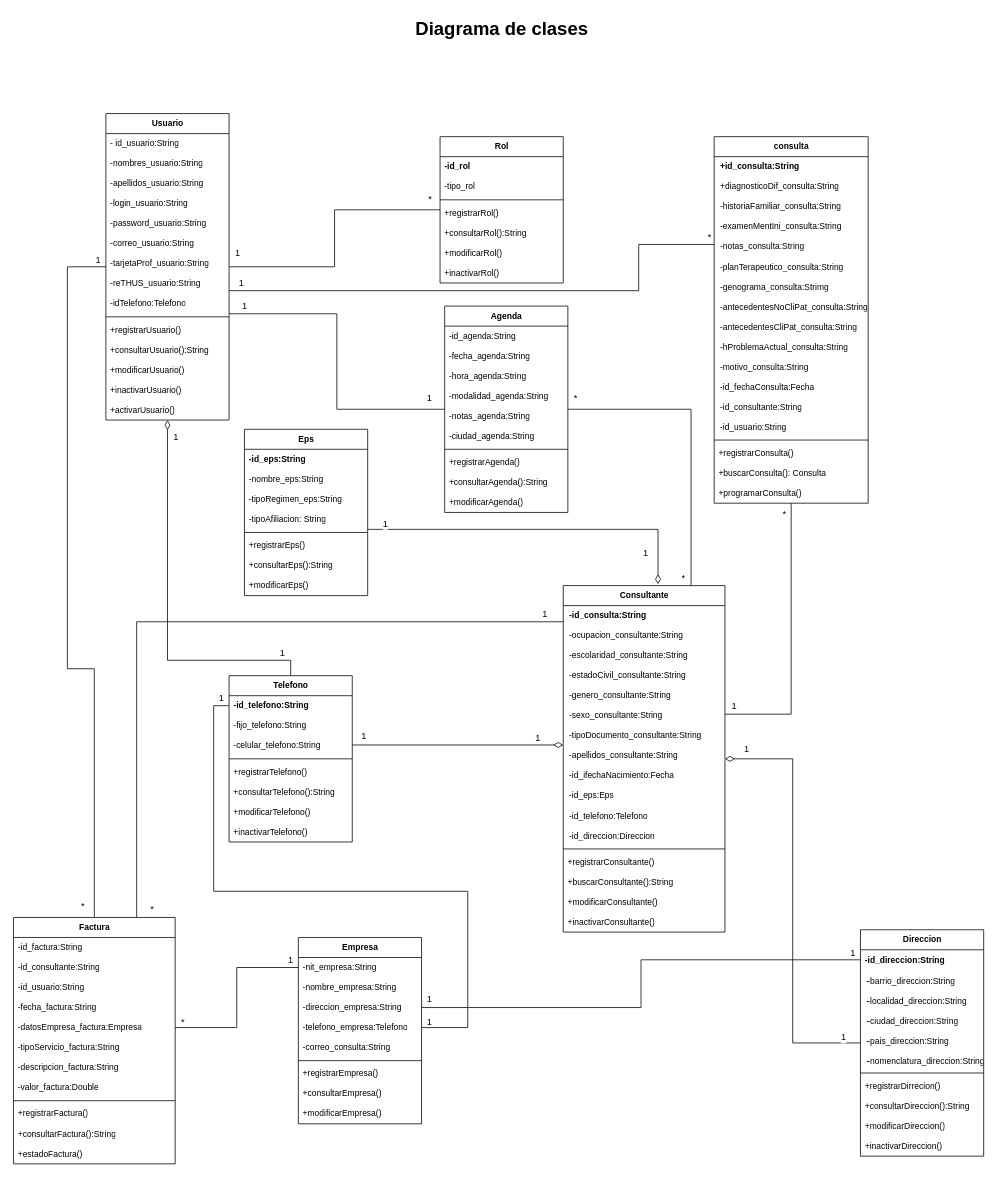
Above: page "D. de Clases" (5 of 11) of Diagramas/Untitled Diagram.drawio in barloff2/Diagramas (draw.io), before the change. Source tidied: cells renumbered, new cells numbered last; positions are measured from the earlier drawing's top-left corner, leaving out a move shared by most shapes. Both pictures are drawn from the tidied source at 77%, with x=0, y=0 at pixel (13, 13).
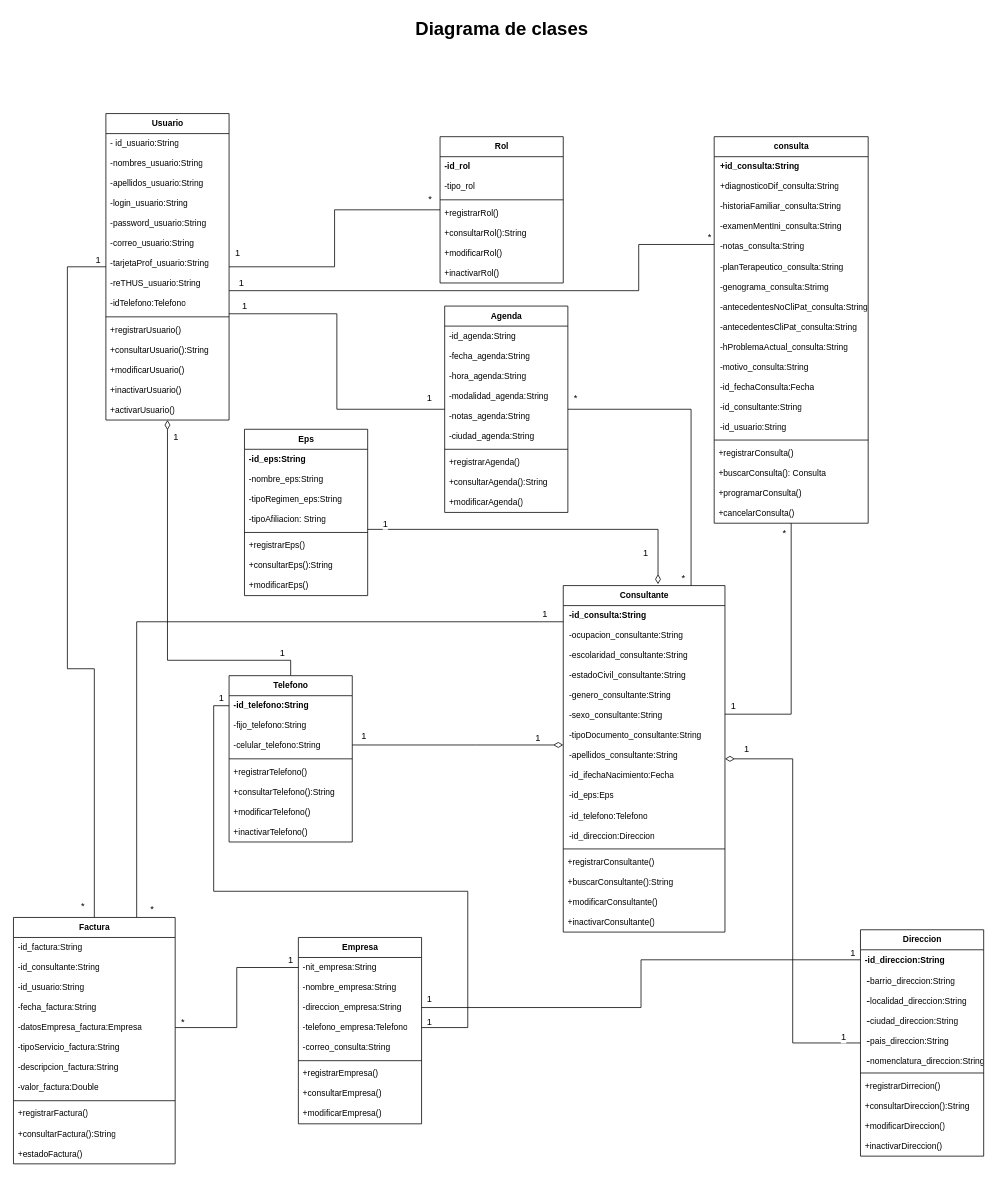
Above is the later version.

The edit, as a diff of the source:
```diff
@@
     <mxCell id="36" value="consulta" style="swimlane;fontStyle=1;align=center;verticalAlign=top;horizontal=1;startSize=26;fontSize=11;html=1;" parent="1" vertex="1">
-      <mxGeometry x="910" y="160" width="200" height="476" as="geometry" />
+      <mxGeometry x="910" y="160" width="200" height="502" as="geometry" />
     </mxCell>
@@
+    <mxCell id="170" value="+cancelarConsulta()" style="text;strokeColor=none;fillColor=none;align=left;verticalAlign=top;spacingLeft=4;spacingRight=4;overflow=hidden;fontSize=11;html=1;" parent="36" vertex="1">
+      <mxGeometry y="476" width="200" height="26" as="geometry" />
+    </mxCell>
```
